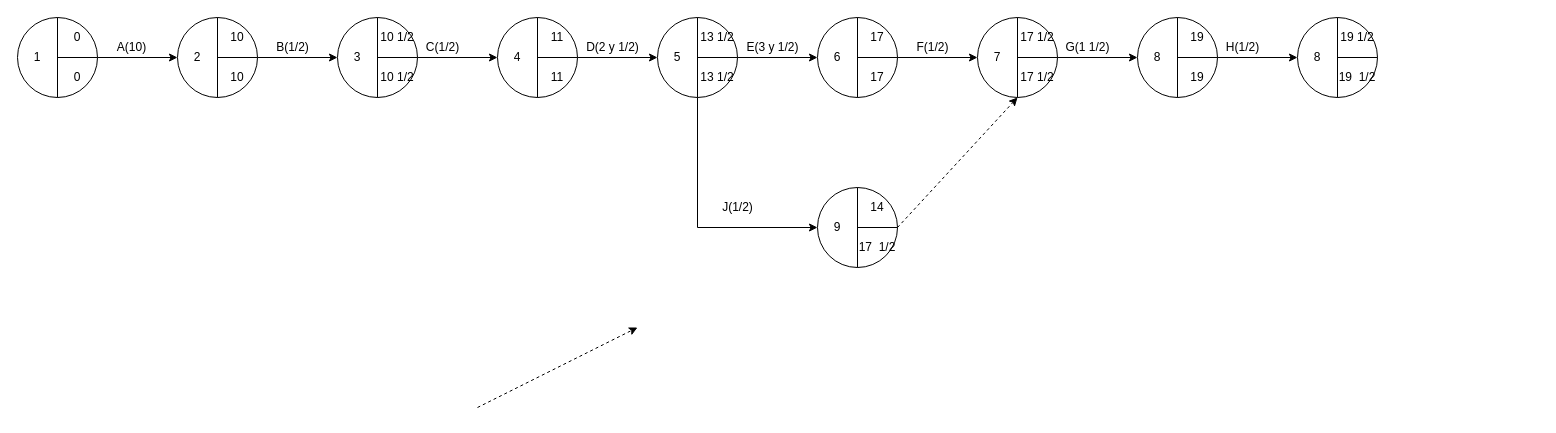
Luchit0-afk/Diagramas keeps this draw.io diagram as IngenieriaSoftware/Practica2/ej6.drawio. Above is the earlier version. Source tidied: cells renumbered, new cells numbered last; positions are measured from the earlier drawing's top-left corner, leaving out a move shared by most shapes. Both pictures are drawn from the tidied source at 100%, with x=0, y=0 at pixel (17, 17).
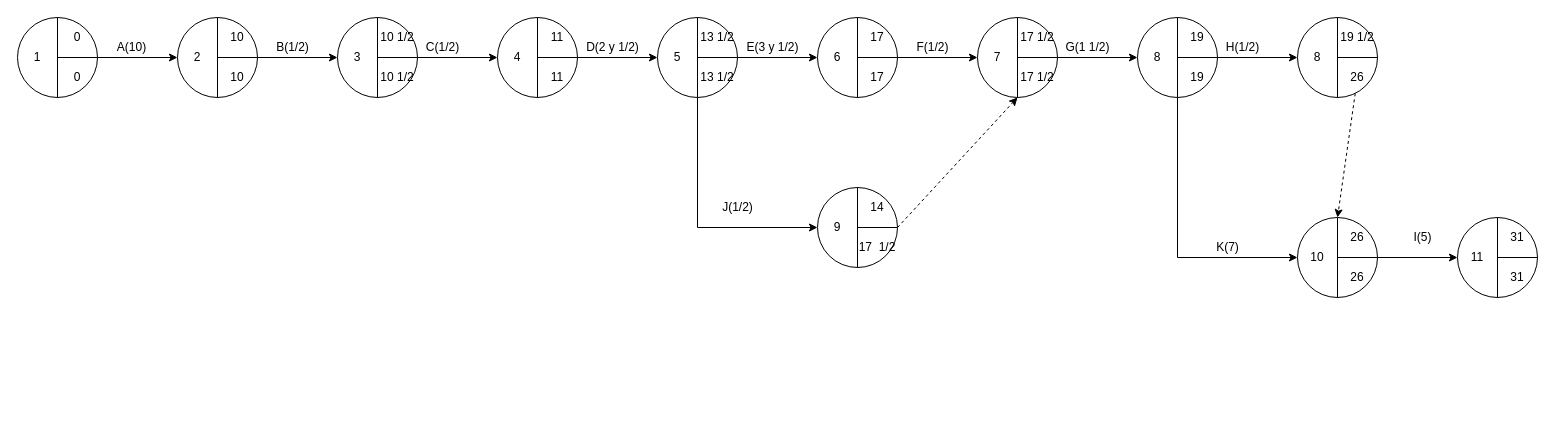
After the change.

Unchanged cells that the change refers to:
```xml
<mxCell id="5" style="ellipse;whiteSpace=wrap;html=1;" parent="1" vertex="1">
  <mxGeometry x="1120" width="80" height="80" as="geometry" />
</mxCell>
```

Diff of the diagram source:
```diff
@@
-    <mxCell id="3" style="html=1;labelBackgroundColor=#ffffff;startArrow=none;startFill=0;startSize=6;endArrow=classic;endFill=1;endSize=6;jettySize=auto;orthogonalLoop=1;strokeWidth=1;dashed=1;fontSize=14;exitX=0.5;exitY=0;exitDx=0;exitDy=0;" parent="1" edge="1">
-      <mxGeometry relative="1" as="geometry">
-        <mxPoint x="460" y="390" as="sourcePoint" />
-        <mxPoint x="620" y="310" as="targetPoint" />
-      </mxGeometry>
+    <mxCell id="3" style="html=1;labelBackgroundColor=#ffffff;startArrow=none;startFill=0;startSize=6;endArrow=classic;endFill=1;endSize=6;jettySize=auto;strokeWidth=1;dashed=1;fontSize=14;entryX=0.5;entryY=0;entryDx=0;entryDy=0;" parent="1" edge="1" source="73" target="84">
+      <mxGeometry relative="1" as="geometry" />
     </mxCell>
@@
+    <mxCell id="82" style="edgeStyle=orthogonalEdgeStyle;rounded=0;jettySize=auto;html=1;exitX=0.5;exitY=1;exitDx=0;exitDy=0;entryX=0;entryY=0.5;entryDx=0;entryDy=0;" parent="1" edge="1" source="5" target="87">
+      <mxGeometry relative="1" as="geometry" />
+    </mxCell>
@@
-    <mxCell id="73" value="19&amp;nbsp;&amp;nbsp;1/2" style="text;html=1;strokeColor=none;fillColor=none;align=center;verticalAlign=middle;whiteSpace=wrap;rounded=0;" parent="1" vertex="1">
+    <mxCell id="73" value="26" style="text;html=1;strokeColor=none;fillColor=none;align=center;verticalAlign=middle;whiteSpace=wrap;rounded=0;" parent="1" vertex="1">
       <mxGeometry x="1320" y="50" width="40" height="20" as="geometry" />
     </mxCell>
@@
+    <mxCell id="83" style="edgeStyle=orthogonalEdgeStyle;rounded=0;jettySize=auto;html=1;exitX=1;exitY=0.5;exitDx=0;exitDy=0;" parent="1" edge="1" source="84" target="94">
+      <mxGeometry relative="1" as="geometry" />
+    </mxCell>
+    <mxCell id="84" style="ellipse;whiteSpace=wrap;html=1;" parent="1" vertex="1">
+      <mxGeometry x="1280" y="200" width="80" height="80" as="geometry" />
+    </mxCell>
+    <mxCell id="85" style="endArrow=none;html=1;exitX=0.5;exitY=1;exitDx=0;exitDy=0;entryX=0.5;entryY=0;entryDx=0;entryDy=0;" parent="1" edge="1" source="84" target="84">
+      <mxGeometry relative="1" as="geometry" />
+    </mxCell>
+    <mxCell id="86" style="endArrow=none;html=1;exitX=1;exitY=0.5;exitDx=0;exitDy=0;" parent="1" edge="1" source="84">
+      <mxGeometry relative="1" as="geometry">
+        <mxPoint x="1320" y="240" as="targetPoint" />
+      </mxGeometry>
+    </mxCell>
+    <mxCell id="87" value="10" style="text;html=1;strokeColor=none;fillColor=none;align=center;verticalAlign=middle;whiteSpace=wrap;rounded=0;" parent="1" vertex="1">
+      <mxGeometry x="1280" y="230" width="40" height="20" as="geometry" />
+    </mxCell>
+    <mxCell id="88" value="26" style="text;html=1;strokeColor=none;fillColor=none;align=center;verticalAlign=middle;whiteSpace=wrap;rounded=0;" parent="1" vertex="1">
+      <mxGeometry x="1320" y="210" width="40" height="20" as="geometry" />
+    </mxCell>
+    <mxCell id="89" value="26" style="text;html=1;strokeColor=none;fillColor=none;align=center;verticalAlign=middle;whiteSpace=wrap;rounded=0;" parent="1" vertex="1">
+      <mxGeometry x="1320" y="250" width="40" height="20" as="geometry" />
+    </mxCell>
+    <mxCell id="90" value="K(7)" style="text;html=1;align=center;verticalAlign=middle;strokeColor=none;fillColor=none;" parent="1" vertex="1">
+      <mxGeometry x="1190" y="220" width="40" height="20" as="geometry" />
+    </mxCell>
+    <mxCell id="91" style="ellipse;whiteSpace=wrap;html=1;" parent="1" vertex="1">
+      <mxGeometry x="1440" y="200" width="80" height="80" as="geometry" />
+    </mxCell>
+    <mxCell id="92" style="endArrow=none;html=1;exitX=0.5;exitY=1;exitDx=0;exitDy=0;entryX=0.5;entryY=0;entryDx=0;entryDy=0;" parent="1" edge="1" source="91" target="91">
+      <mxGeometry relative="1" as="geometry" />
+    </mxCell>
+    <mxCell id="93" style="endArrow=none;html=1;exitX=1;exitY=0.5;exitDx=0;exitDy=0;" parent="1" edge="1" source="91">
+      <mxGeometry relative="1" as="geometry">
+        <mxPoint x="1480" y="240" as="targetPoint" />
+      </mxGeometry>
+    </mxCell>
+    <mxCell id="94" value="11" style="text;html=1;strokeColor=none;fillColor=none;align=center;verticalAlign=middle;whiteSpace=wrap;rounded=0;" parent="1" vertex="1">
+      <mxGeometry x="1440" y="230" width="40" height="20" as="geometry" />
+    </mxCell>
+    <mxCell id="95" value="31" style="text;html=1;strokeColor=none;fillColor=none;align=center;verticalAlign=middle;whiteSpace=wrap;rounded=0;" parent="1" vertex="1">
+      <mxGeometry x="1480" y="210" width="40" height="20" as="geometry" />
+    </mxCell>
+    <mxCell id="96" value="31" style="text;html=1;strokeColor=none;fillColor=none;align=center;verticalAlign=middle;whiteSpace=wrap;rounded=0;" parent="1" vertex="1">
+      <mxGeometry x="1480" y="250" width="40" height="20" as="geometry" />
+    </mxCell>
+    <mxCell id="97" value="I(5)" style="text;html=1;align=center;verticalAlign=middle;strokeColor=none;fillColor=none;" parent="1" vertex="1">
+      <mxGeometry x="1390" y="210" width="30" height="20" as="geometry" />
+    </mxCell>
```
